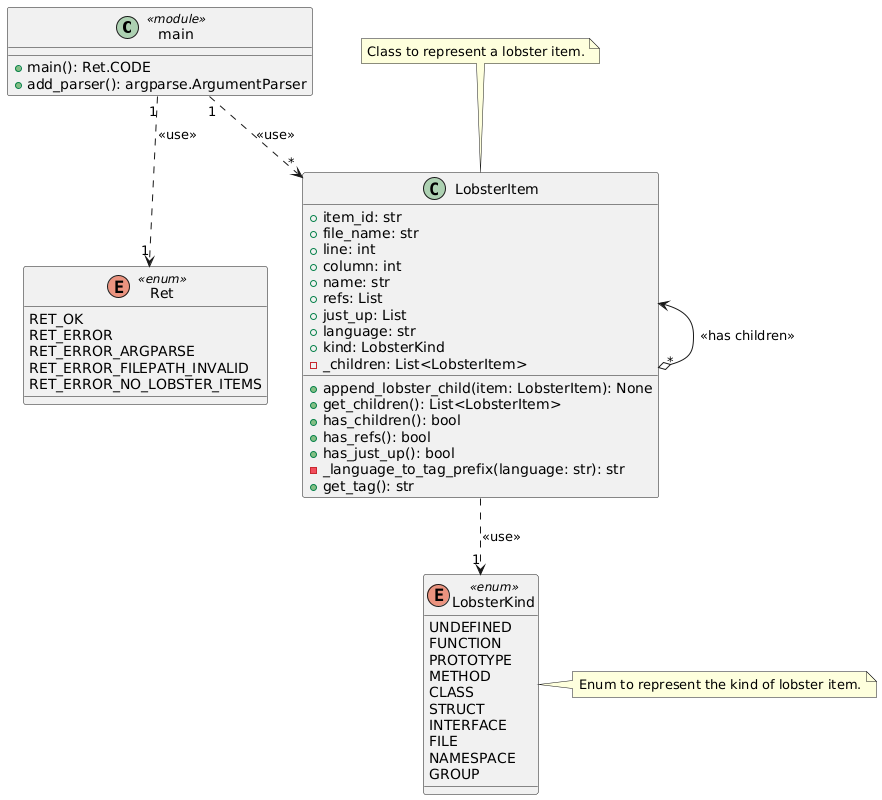
This is doc/architecture/class_diagram.png from NewTec-GmbH/lobster-doxygen, a PlantUML export, as it was before one commit.
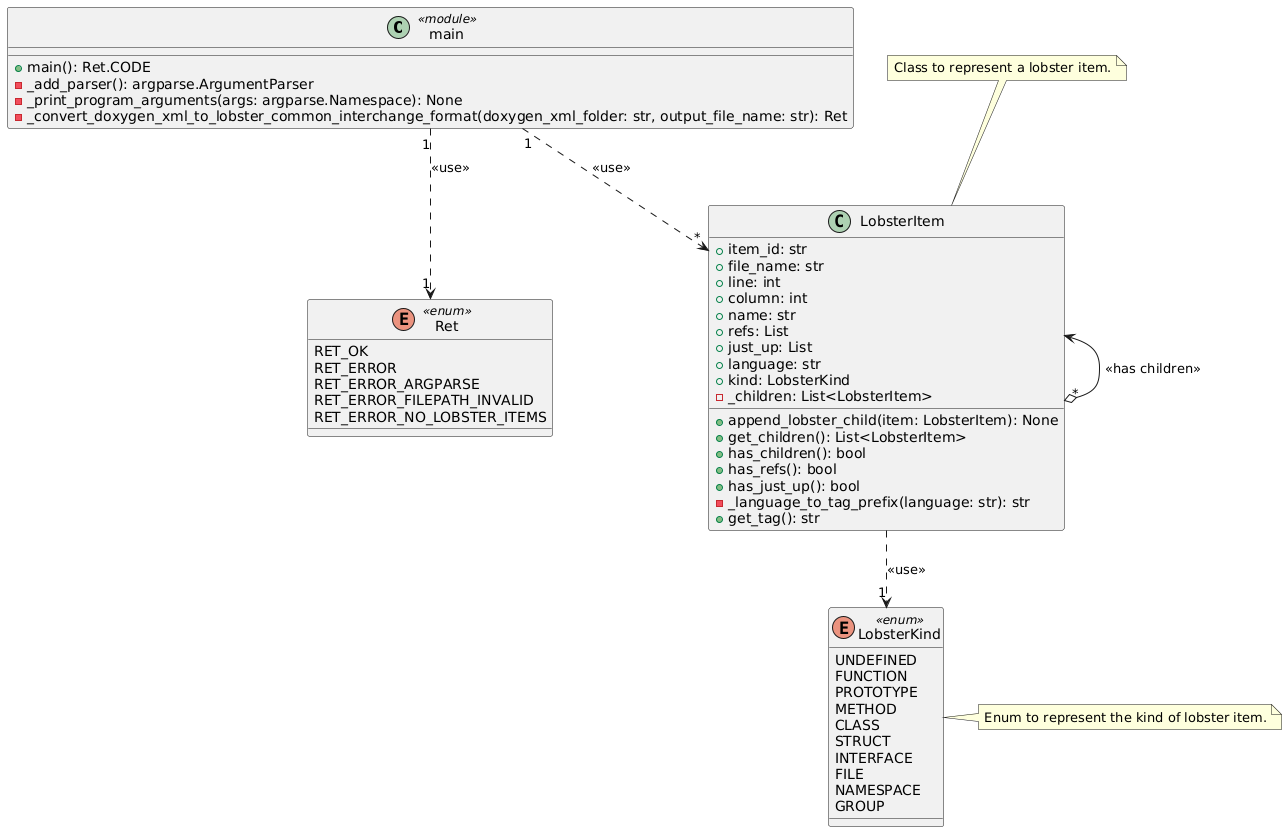
After the change.

The edit, as a diff of the source:
```diff
@@ -3,7 +3,9 @@
 
 class main <<module>> {
   + main(): Ret.CODE
-  + add_parser(): argparse.ArgumentParser
+  - _add_parser(): argparse.ArgumentParser
+  - _print_program_arguments(args: argparse.Namespace): None
+  - _convert_doxygen_xml_to_lobster_common_interchange_format(doxygen_xml_folder: str, output_file_name: str): Ret
 }
 
 enum Ret <<enum>> {
```
